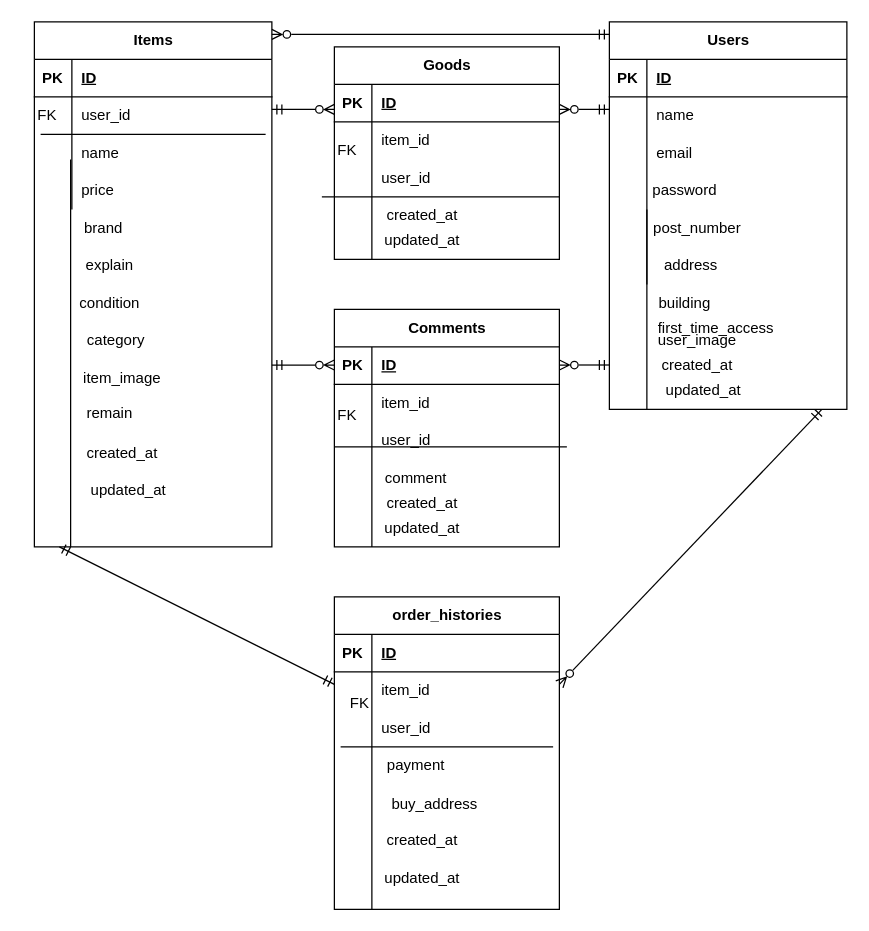
Above: src/1.drawio in takayuki2025/simulation1 (draw.io), before the change. Source tidied: cells renumbered, new cells numbered last; positions are measured from the earlier drawing's top-left corner, leaving out a move shared by most shapes. Both pictures are drawn from the tidied source at 125%, with x=0, y=0 at pixel (21, 21).
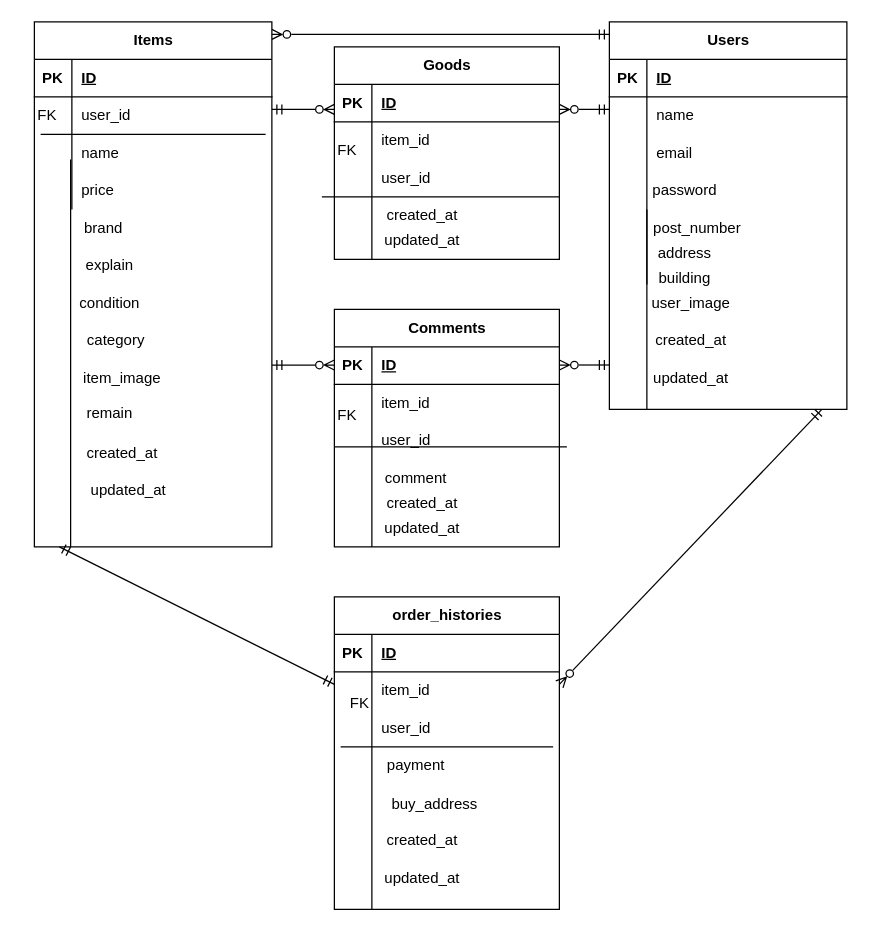
After the change.

What changed in the source:
```diff
@@
     <mxCell id="39" value="address" style="text;html=1;align=center;verticalAlign=middle;strokeColor=none;fillColor=none;" parent="1" vertex="1">
-      <mxGeometry x="500" y="180" width="70" height="30" as="geometry" />
+      <mxGeometry x="495" y="170" width="70" height="30" as="geometry" />
     </mxCell>
     <mxCell id="40" value="building" style="text;html=1;align=center;verticalAlign=middle;strokeColor=none;fillColor=none;" parent="1" vertex="1">
-      <mxGeometry x="500" y="210" width="60" height="30" as="geometry" />
+      <mxGeometry x="500" y="190" width="60" height="30" as="geometry" />
     </mxCell>
-    <mxCell id="41" value="first_time_access" style="text;html=1;align=center;verticalAlign=middle;strokeColor=none;fillColor=none;" parent="1" vertex="1">
-      <mxGeometry x="495" y="230" width="120" height="30" as="geometry" />
-    </mxCell>
@@
     <mxCell id="43" value="created_at" style="text;html=1;align=center;verticalAlign=middle;strokeColor=none;fillColor=none;" parent="1" vertex="1">
-      <mxGeometry x="500" y="260" width="80" height="30" as="geometry" />
+      <mxGeometry x="495" y="240" width="80" height="30" as="geometry" />
     </mxCell>
     <mxCell id="44" value="updated_at" style="text;html=1;align=center;verticalAlign=middle;strokeColor=none;fillColor=none;" parent="1" vertex="1">
-      <mxGeometry x="505" y="280" width="80" height="30" as="geometry" />
+      <mxGeometry x="495" y="270" width="80" height="30" as="geometry" />
     </mxCell>
@@
     <mxCell id="109" value="user_image" style="text;html=1;align=center;verticalAlign=middle;strokeColor=none;fillColor=none;" parent="1" vertex="1">
-      <mxGeometry x="495" y="240" width="90" height="30" as="geometry" />
+      <mxGeometry x="490" y="210" width="90" height="30" as="geometry" />
     </mxCell>
```
